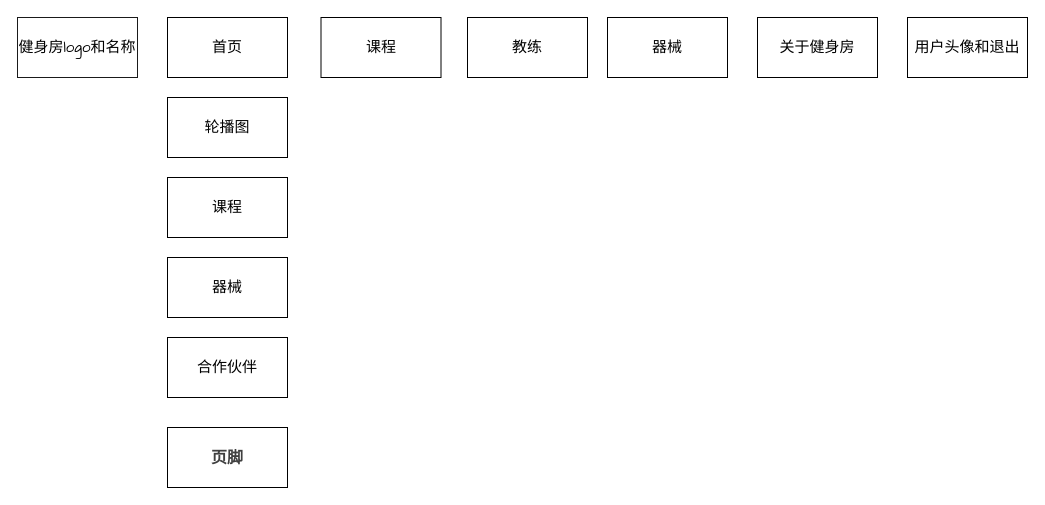
Above: 健身房管理会员界面.drawio in xljya/image (draw.io), before the change. Source tidied: cells renumbered, new cells numbered last; positions are measured from the earlier drawing's top-left corner, leaving out a move shared by most shapes. Both pictures are drawn from the tidied source at 100%, with x=0, y=0 at pixel (17, 17).
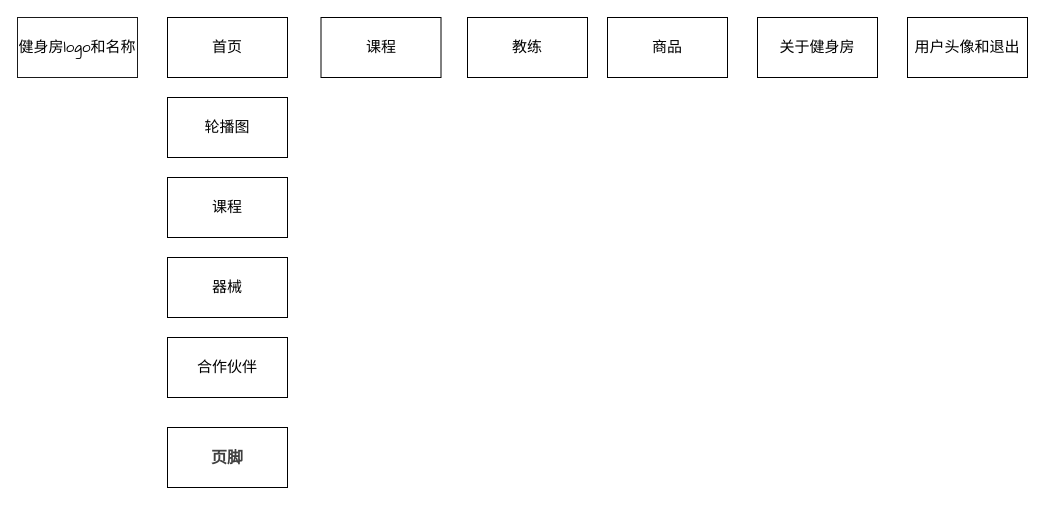
Above is the later version.

Commit message:
更新健身房管理会员界面.drawio

Diff of the diagram source:
```diff
@@
 <mxGraphModel>
   <root>
     <mxCell id="0" />
     <mxCell id="1" parent="0" />
     <mxCell id="2" value="&lt;font style=&quot;font-size: 15px;&quot; face=&quot;Comic Sans MS&quot;&gt;健身房logo和名称&lt;/font&gt;" style="rounded=0;whiteSpace=wrap;html=1;fillColor=#FFFFFF;strokeColor=#1A1A1A;" parent="1" vertex="1">
       <mxGeometry width="120" height="60" as="geometry" />
     </mxCell>
     <mxCell id="3" value="&lt;font style=&quot;font-size: 15px;&quot; face=&quot;Comic Sans MS&quot;&gt;首页&lt;/font&gt;" style="rounded=0;whiteSpace=wrap;html=1;" parent="1" vertex="1">
       <mxGeometry x="150" width="120" height="60" as="geometry" />
     </mxCell>
     <mxCell id="4" value="&lt;font style=&quot;font-size: 15px;&quot; face=&quot;Comic Sans MS&quot;&gt;教练&lt;/font&gt;" style="rounded=0;whiteSpace=wrap;html=1;" parent="1" vertex="1">
       <mxGeometry x="450" width="120" height="60" as="geometry" />
     </mxCell>
-    <mxCell id="5" value="&lt;font style=&quot;font-size: 15px;&quot; face=&quot;Comic Sans MS&quot;&gt;器械&lt;/font&gt;" style="rounded=0;whiteSpace=wrap;html=1;" parent="1" vertex="1">
+    <mxCell id="5" value="&lt;font style=&quot;font-size: 15px;&quot; face=&quot;Comic Sans MS&quot;&gt;商品&lt;/font&gt;" style="rounded=0;whiteSpace=wrap;html=1;" parent="1" vertex="1">
       <mxGeometry x="590" width="120" height="60" as="geometry" />
     </mxCell>
     <mxCell id="6" value="&lt;font face=&quot;Comic Sans MS&quot;&gt;&lt;span style=&quot;font-size: 15px;&quot;&gt;课程&lt;/span&gt;&lt;/font&gt;" style="rounded=0;whiteSpace=wrap;html=1;" parent="1" vertex="1">
       <mxGeometry x="303.5" width="120" height="60" as="geometry" />
     </mxCell>
     <mxCell id="7" value="&lt;font style=&quot;font-size: 15px;&quot; face=&quot;Comic Sans MS&quot;&gt;用户头像和退出&lt;/font&gt;" style="rounded=0;whiteSpace=wrap;html=1;" parent="1" vertex="1">
       <mxGeometry x="890" width="120" height="60" as="geometry" />
     </mxCell>
     <mxCell id="8" value="&lt;font style=&quot;font-size: 15px;&quot; face=&quot;Comic Sans MS&quot;&gt;关于健身房&lt;/font&gt;" style="rounded=0;whiteSpace=wrap;html=1;fillColor=#FFFFFF;" parent="1" vertex="1">
       <mxGeometry x="740" width="120" height="60" as="geometry" />
     </mxCell>
     <mxCell id="9" value="&lt;font style=&quot;font-size: 15px;&quot; face=&quot;Comic Sans MS&quot;&gt;轮播图&lt;/font&gt;" style="rounded=0;whiteSpace=wrap;html=1;" parent="1" vertex="1">
       <mxGeometry x="150" y="80" width="120" height="60" as="geometry" />
     </mxCell>
     <mxCell id="10" value="&lt;font style=&quot;font-size: 15px;&quot; face=&quot;Comic Sans MS&quot;&gt;合作伙伴&lt;/font&gt;" style="rounded=0;whiteSpace=wrap;html=1;" parent="1" vertex="1">
       <mxGeometry x="150" y="320" width="120" height="60" as="geometry" />
     </mxCell>
     <mxCell id="11" value="&lt;font face=&quot;Comic Sans MS&quot;&gt;&lt;span style=&quot;font-size: 15px;&quot;&gt;课程&lt;/span&gt;&lt;/font&gt;" style="rounded=0;whiteSpace=wrap;html=1;" parent="1" vertex="1">
       <mxGeometry x="150" y="160" width="120" height="60" as="geometry" />
     </mxCell>
     <mxCell id="12" value="&lt;strong style=&quot;color: rgb(64, 64, 64); font-family: DeepSeek-CJK-patch, Inter, system-ui, -apple-system, BlinkMacSystemFont, &amp;quot;Segoe UI&amp;quot;, Roboto, &amp;quot;Noto Sans&amp;quot;, Ubuntu, Cantarell, &amp;quot;Helvetica Neue&amp;quot;, Oxygen, &amp;quot;Open Sans&amp;quot;, sans-serif; font-size: 16.002px; text-align: start; background-color: rgb(255, 255, 255);&quot;&gt;页脚&lt;/strong&gt;" style="rounded=0;whiteSpace=wrap;html=1;" parent="1" vertex="1">
       <mxGeometry x="150" y="410" width="120" height="60" as="geometry" />
     </mxCell>
     <mxCell id="13" value="&lt;font style=&quot;font-size: 15px;&quot; face=&quot;Comic Sans MS&quot;&gt;器械&lt;/font&gt;" style="rounded=0;whiteSpace=wrap;html=1;" parent="1" vertex="1">
       <mxGeometry x="150" y="240" width="120" height="60" as="geometry" />
     </mxCell>
   </root>
 </mxGraphModel>
```
